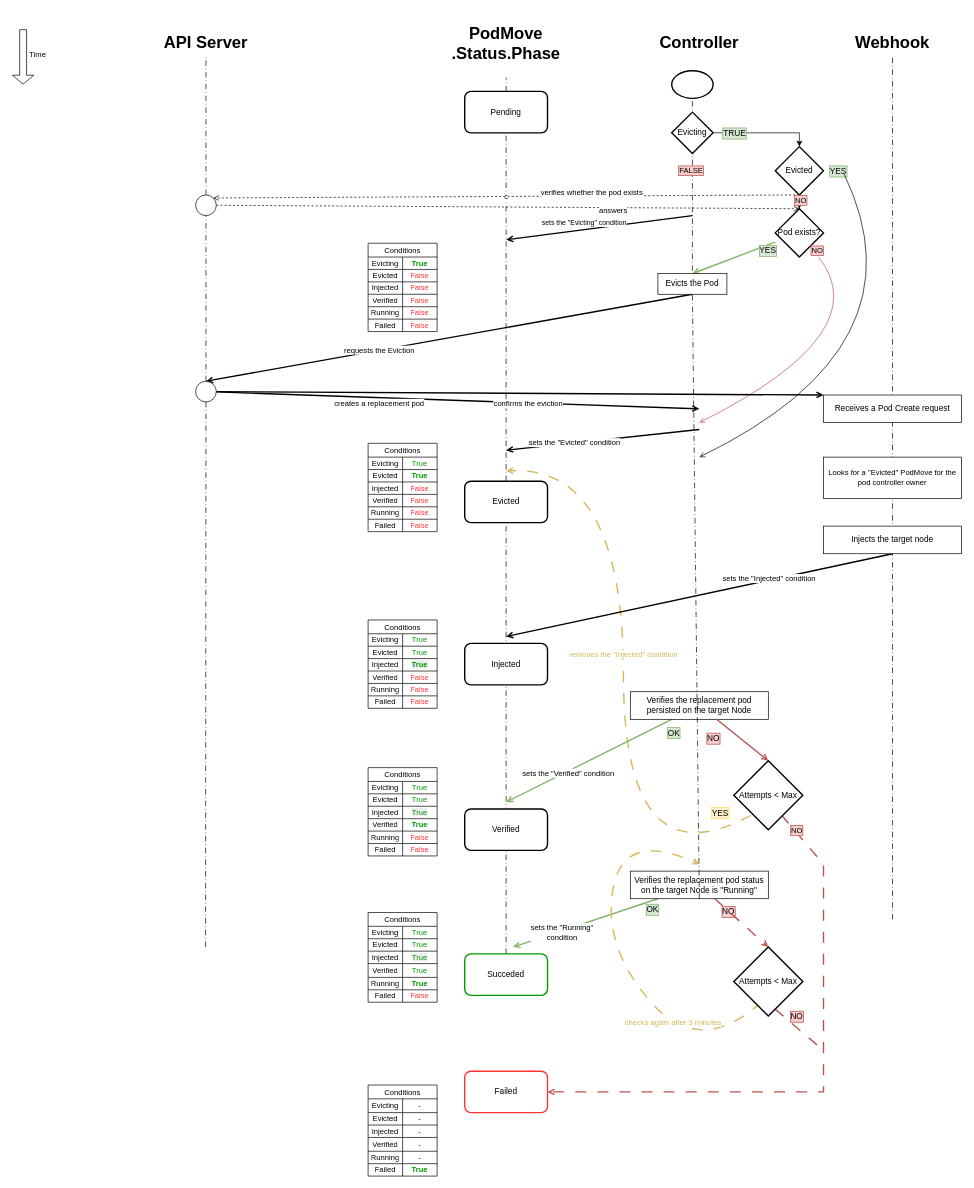
This is notes/timeline-evicting-2.drawio from andreabuon/podtetris, a draw.io file, before an edit. Source tidied: cells renumbered, new cells numbered last; positions are measured from the earlier drawing's top-left corner, leaving out a move shared by most shapes. Both pictures are drawn from the tidied source at 69%, with x=0, y=0 at pixel (23, 29).
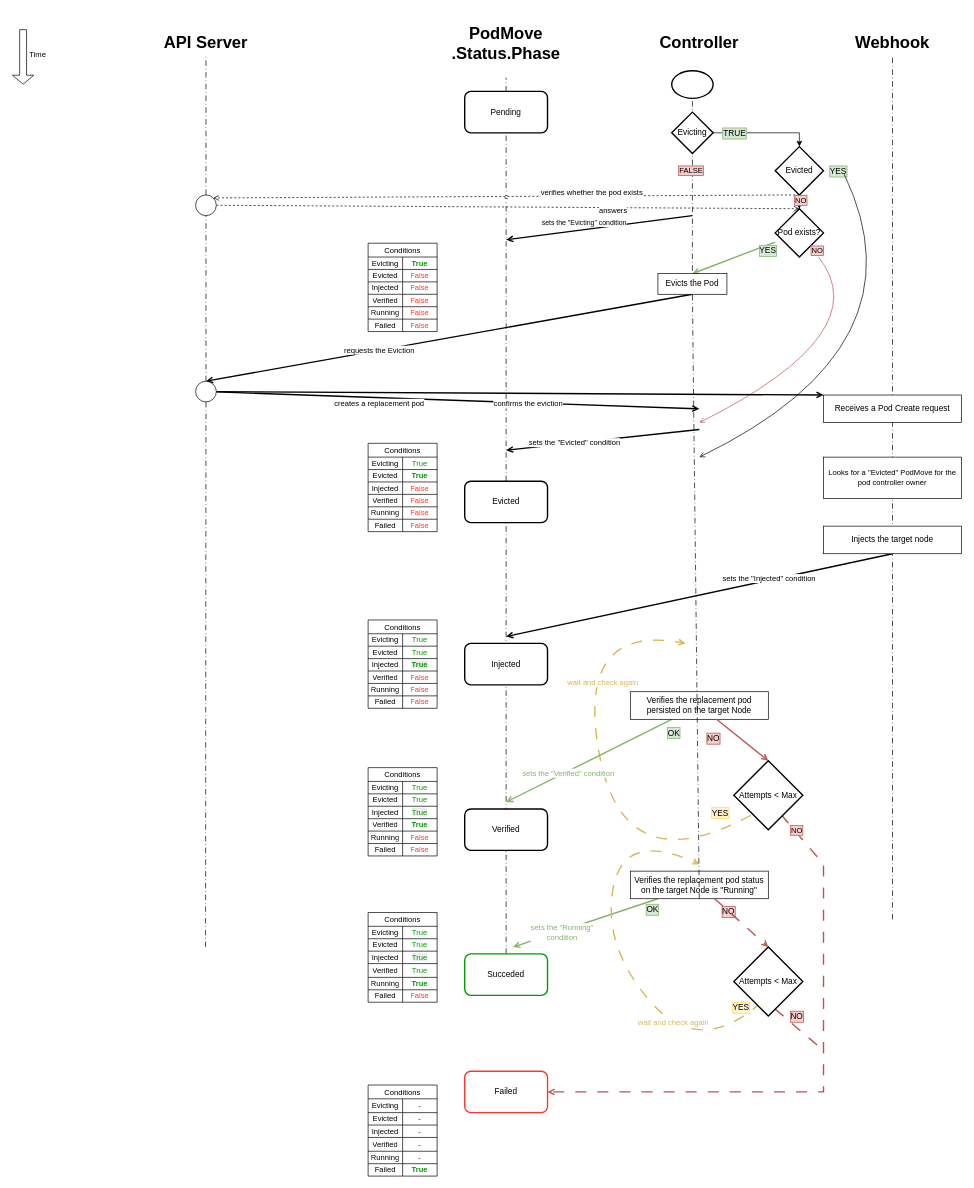
After the change.

Commit message (it also covers changes not shown here):
docs(timeline): add "wait and check again" when persist check fails, fix font colors, add missing YES box

The change refers to these unchanged cells:
```xml
<mxCell id="24" value="Verifies the replacement pod persisted on the target Node" style="rounded=0;whiteSpace=wrap;html=1;" parent="1" vertex="1">
  <mxGeometry x="880" y="960" width="200" height="40" as="geometry" />
</mxCell>
<mxCell id="37" value="Attempts &amp;lt; Max" style="strokeWidth=2;html=1;shape=mxgraph.flowchart.decision;whiteSpace=wrap;" parent="1" vertex="1">
  <mxGeometry x="1030" y="1060" width="100" height="100" as="geometry" />
</mxCell>
<mxCell id="42" style="endArrow=open;html=1;rounded=0;strokeWidth=2;endFill=0;fillColor=#fff2cc;strokeColor=#d6b656;dashed=1;dashPattern=8 8;curved=1;exitX=0.4;exitY=0.8;exitDx=0;exitDy=0;exitPerimeter=0;" parent="1" edge="1" source="48">
  <mxGeometry relative="1" as="geometry">
    <mxPoint x="980" y="1210" as="targetPoint" />
    <Array as="points">
      <mxPoint x="980" y="1490" />
      <mxPoint x="840" y="1330" />
      <mxPoint x="870" y="1160" />
    </Array>
  </mxGeometry>
</mxCell>
```

What changed in the source:
```diff
@@
     <mxCell id="3" style="endArrow=open;html=1;rounded=0;strokeWidth=2;endFill=0;fillColor=#fff2cc;strokeColor=#d6b656;dashed=1;dashPattern=8 8;curved=1;exitX=0.247;exitY=0.79;exitDx=0;exitDy=0;exitPerimeter=0;" parent="1" edge="1" source="37">
       <mxGeometry relative="1" as="geometry">
-        <mxPoint x="700" y="640" as="targetPoint" />
+        <mxPoint x="960" y="890" as="targetPoint" />
         <Array as="points">
           <mxPoint x="870" y="1240" />
-          <mxPoint x="870" y="630" />
+          <mxPoint x="800" y="860" />
         </Array>
       </mxGeometry>
     </mxCell>
-    <mxCell id="4" value="&lt;span style=&quot;color: rgb(214, 182, 86);&quot;&gt;removes the &quot;Injected&quot; condition&lt;/span&gt;" style="edgeLabel;html=1;align=center;verticalAlign=middle;" parent="3" vertex="1">
-      <mxGeometry x="0.1" y="1" relative="1" as="geometry" />
+    <mxCell id="4" value="&lt;span style=&quot;color: rgb(214, 182, 86);&quot;&gt;wait and check again&lt;/span&gt;" style="edgeLabel;html=1;align=center;verticalAlign=middle;" parent="3" vertex="1">
+      <mxGeometry x="0.1" y="1" relative="1" as="geometry">
+        <mxPoint x="8" y="-90" as="offset" />
+      </mxGeometry>
     </mxCell>
@@
-    <mxCell id="11" style="endArrow=open;html=1;rounded=0;strokeWidth=2;endFill=0;fillColor=#d5e8d4;strokeColor=#82b366;" parent="1" edge="1" source="24">
+    <mxCell id="11" style="endArrow=open;html=1;rounded=0;strokeWidth=2;endFill=0;fillColor=#d5e8d4;strokeColor=#82B366;" parent="1" edge="1" source="24">
       <mxGeometry relative="1" as="geometry">
         <mxPoint x="700" y="1120" as="targetPoint" />
       </mxGeometry>
     </mxCell>
@@
-    <mxCell id="13" value="&lt;div&gt;sets the &quot;Verified&quot; condition&lt;/div&gt;" style="edgeLabel;html=1;align=center;verticalAlign=middle;" parent="11" vertex="1">
+    <mxCell id="13" value="&lt;div&gt;sets the &quot;Verified&quot; condition&lt;/div&gt;" style="edgeLabel;html=1;align=center;verticalAlign=middle;fontColor=#82B366;" parent="11" vertex="1">
       <mxGeometry x="0.26" y="2" relative="1" as="geometry" />
     </mxCell>
@@
-    <mxCell id="43" value="sets the &quot;Running&quot;&lt;div&gt;condition&lt;/div&gt;" style="edgeLabel;html=1;align=center;verticalAlign=middle;" parent="42" vertex="1">
+    <mxCell id="43" value="sets the &quot;Running&quot;&lt;div&gt;condition&lt;/div&gt;" style="edgeLabel;html=1;align=center;verticalAlign=middle;fontColor=#82B366;" parent="42" vertex="1">
       <mxGeometry x="0.1" y="1" relative="1" as="geometry">
         <mxPoint x="-61" y="-10" as="offset" />
       </mxGeometry>
     </mxCell>
@@
-    <mxCell id="45" value="&lt;span style=&quot;color: rgb(214, 182, 86);&quot;&gt;checks again after 3 minutes&lt;/span&gt;" style="edgeLabel;html=1;align=center;verticalAlign=middle;" parent="42" vertex="1">
+    <mxCell id="45" value="&lt;span style=&quot;color: rgb(214, 182, 86);&quot;&gt;wait and check again&lt;/span&gt;" style="edgeLabel;html=1;align=center;verticalAlign=middle;" parent="42" vertex="1">
       <mxGeometry x="-0.41" y="-5" relative="1" as="geometry" />
     </mxCell>
@@
+    <mxCell id="198" value="YES" style="edgeLabel;html=1;align=center;verticalAlign=middle;labelBackgroundColor=#FFF2CC;labelBorderColor=#FFD966;fontSize=12;fillColor=#fff2cc;strokeColor=#d6b656;" parent="1" vertex="1">
+      <mxGeometry x="1070" y="1662" as="geometry">
+        <mxPoint x="-31" y="-245" as="offset" />
+      </mxGeometry>
+    </mxCell>
```
